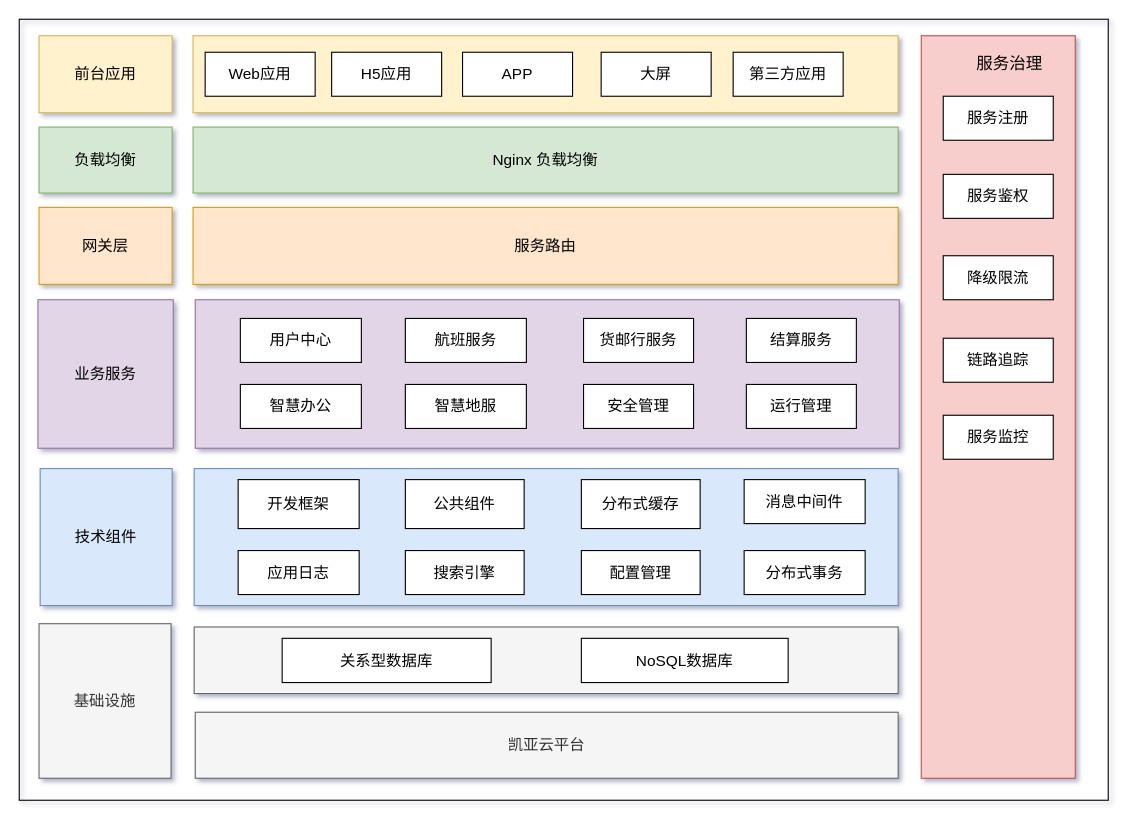
The draw.io diagram page "aladdin-architecture" (2 of 3) of 中台能力架构.drawio in huyunzhen/diagrams, before the edit. Source tidied: cells renumbered, new cells numbered last; positions are measured from the earlier drawing's top-left corner, leaving out a move shared by most shapes. Both pictures are drawn from the tidied source at 110%, with x=0, y=0 at pixel (19, 19).
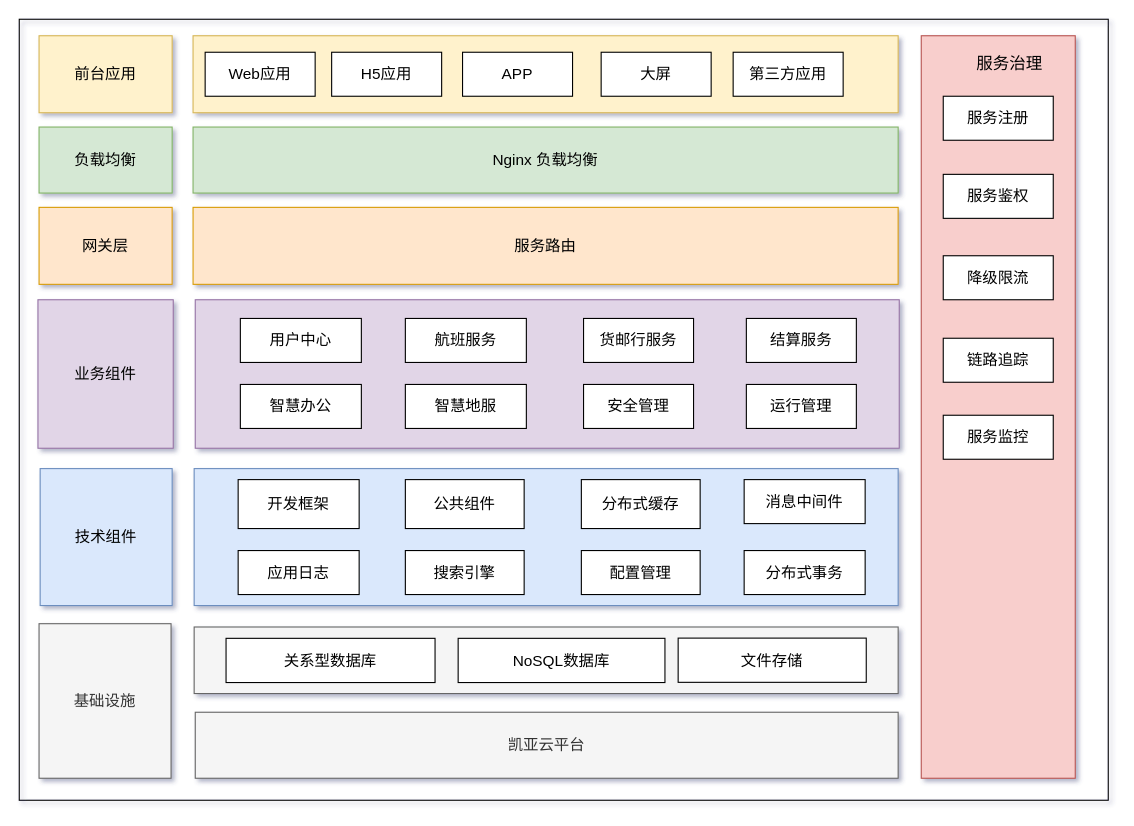
Above is the later version.

Commit message:
更新中台能力架构.drawio

Diff of the diagram source:
```diff
@@
-    <mxCell id="8" value="业务服务" style="rounded=0;whiteSpace=wrap;html=1;fontSize=14;fillColor=#e1d5e7;strokeColor=#9673a6;" parent="1" vertex="1">
+    <mxCell id="8" value="业务组件" style="rounded=0;whiteSpace=wrap;html=1;fontSize=14;fillColor=#e1d5e7;strokeColor=#9673a6;" parent="1" vertex="1">
       <mxGeometry x="17" y="255" width="123" height="135" as="geometry" />
     </mxCell>
@@
     <mxCell id="42" value="关系型数据库" style="rounded=0;whiteSpace=wrap;html=1;fontFamily=Helvetica;fontSize=14;" parent="1" vertex="1">
-      <mxGeometry x="239" y="562.8" width="190" height="40.2" as="geometry" />
+      <mxGeometry x="188" y="562.8" width="190" height="40.2" as="geometry" />
     </mxCell>
     <mxCell id="43" value="NoSQL数据库" style="rounded=0;whiteSpace=wrap;html=1;fontFamily=Helvetica;fontSize=14;" parent="1" vertex="1">
-      <mxGeometry x="511" y="562.8" width="188" height="40.2" as="geometry" />
+      <mxGeometry x="399" y="562.8" width="188" height="40.2" as="geometry" />
     </mxCell>
@@
+    <mxCell id="47" value="文件存储" style="rounded=0;whiteSpace=wrap;html=1;fontFamily=Helvetica;fontSize=14;" parent="1" vertex="1">
+      <mxGeometry x="599" y="562.6" width="171" height="40.2" as="geometry" />
+    </mxCell>
```
